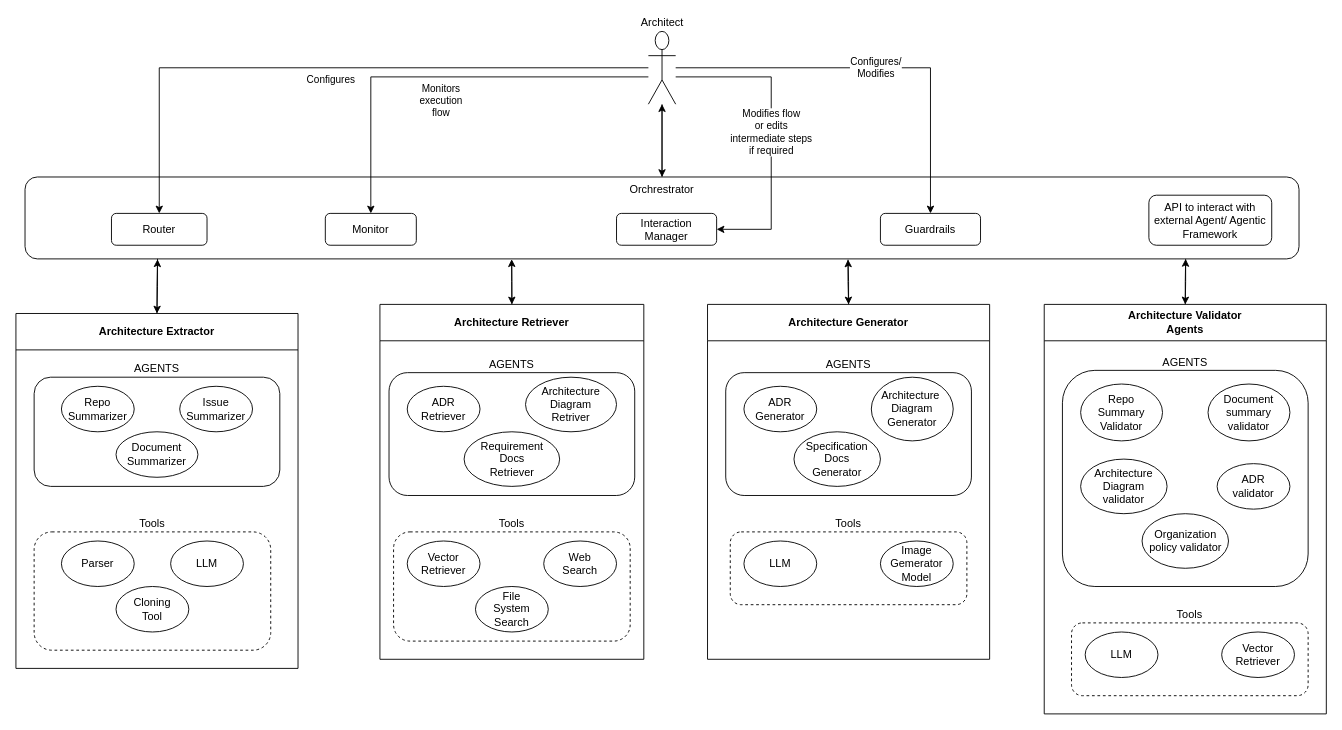
Before: Paper/Architecture Agent Diagram.drawio in rudradhariiit/AgenticAdr, a draw.io diagram. Source tidied: cells renumbered, new cells numbered last; positions are measured from the earlier drawing's top-left corner, leaving out a move shared by most shapes. Both pictures are drawn from the tidied source at 91%, with x=0, y=0 at pixel (15, 31).
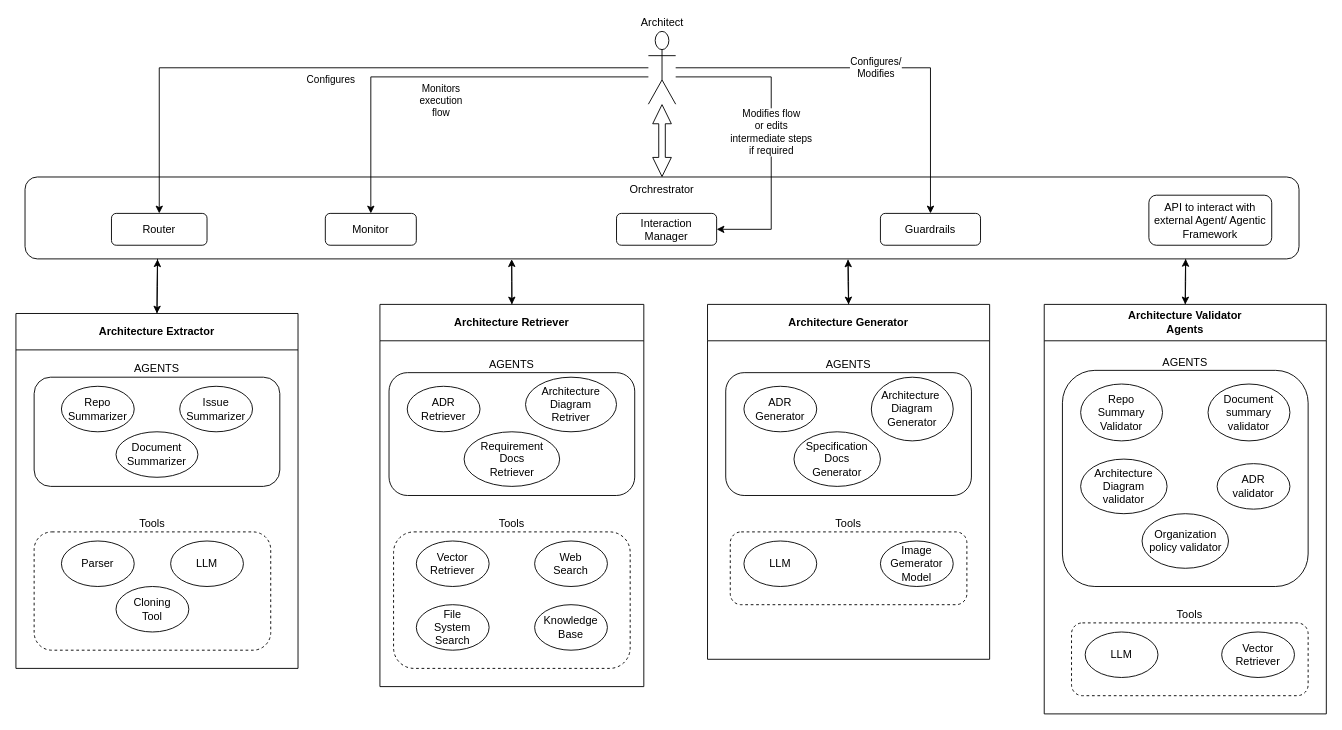
The same diagram, later.

The change refers to these unchanged cells:
```xml
<mxCell id="47" value="Orchrestrator" style="rounded=1;whiteSpace=wrap;html=1;labelPosition=center;verticalLabelPosition=middle;align=center;verticalAlign=top;fillColor=none;" parent="1" vertex="1">
  <mxGeometry x="10" y="160" width="1400" height="90" as="geometry" />
</mxCell>
<mxCell id="53" value="Architect" style="shape=umlActor;verticalLabelPosition=top;verticalAlign=bottom;html=1;outlineConnect=0;labelPosition=center;align=center;" parent="1" vertex="1">
  <mxGeometry x="695" width="30" height="80" as="geometry" />
</mxCell>
```

Change to the diagram source:
```diff
@@
     <mxCell id="13" value="Architecture Retriever" style="swimlane;whiteSpace=wrap;html=1;startSize=40;" parent="1" vertex="1">
-      <mxGeometry x="400" y="300" width="290" height="390" as="geometry" />
+      <mxGeometry x="400" y="300" width="290" height="420" as="geometry" />
     </mxCell>
@@
     <mxCell id="18" value="Tools" style="rounded=1;whiteSpace=wrap;html=1;fillColor=none;labelPosition=center;verticalLabelPosition=top;align=center;verticalAlign=bottom;dashed=1;" parent="13" vertex="1">
-      <mxGeometry x="15" y="250" width="260" height="120" as="geometry" />
+      <mxGeometry x="15" y="250" width="260" height="150" as="geometry" />
     </mxCell>
     <mxCell id="19" value="Web&lt;div&gt;Search&lt;/div&gt;" style="ellipse;whiteSpace=wrap;html=1;" parent="13" vertex="1">
-      <mxGeometry x="180" y="260" width="80" height="50" as="geometry" />
+      <mxGeometry x="170" y="260" width="80" height="50" as="geometry" />
     </mxCell>
     <mxCell id="20" value="Vector&lt;div&gt;Retriever&lt;/div&gt;" style="ellipse;whiteSpace=wrap;html=1;" parent="13" vertex="1">
-      <mxGeometry x="30" y="260" width="80" height="50" as="geometry" />
+      <mxGeometry x="40" y="260" width="80" height="50" as="geometry" />
     </mxCell>
     <mxCell id="21" value="File&lt;div&gt;System&lt;br&gt;&lt;div&gt;Search&lt;/div&gt;&lt;/div&gt;" style="ellipse;whiteSpace=wrap;html=1;" parent="13" vertex="1">
-      <mxGeometry x="105" y="310" width="80" height="50" as="geometry" />
+      <mxGeometry x="40" y="330" width="80" height="50" as="geometry" />
     </mxCell>
+    <mxCell id="59" value="Knowledge&lt;div&gt;Base&lt;/div&gt;" style="ellipse;whiteSpace=wrap;html=1;" parent="13" vertex="1">
+      <mxGeometry x="170" y="330" width="80" height="50" as="geometry" />
+    </mxCell>
@@
-    <mxCell id="42" style="edgeStyle=orthogonalEdgeStyle;rounded=0;jettySize=auto;html=1;" parent="1" edge="1" source="47" target="53">
-      <mxGeometry relative="1" as="geometry" />
-    </mxCell>
@@
-    <mxCell id="48" style="edgeStyle=orthogonalEdgeStyle;rounded=0;jettySize=auto;html=1;" parent="1" edge="1" source="53" target="47">
-      <mxGeometry relative="1" as="geometry" />
-    </mxCell>
@@
+    <mxCell id="42" style="shape=flexArrow;endArrow=classic;startArrow=classic;html=1;rounded=0;strokeWidth=1;width=7.2;endSize=6.668000000000001;startWidth=12.32;startSize=6.668000000000001;endWidth=12.32;" parent="1" edge="1" source="47" target="53">
+      <mxGeometry relative="1" as="geometry" />
+    </mxCell>
```
